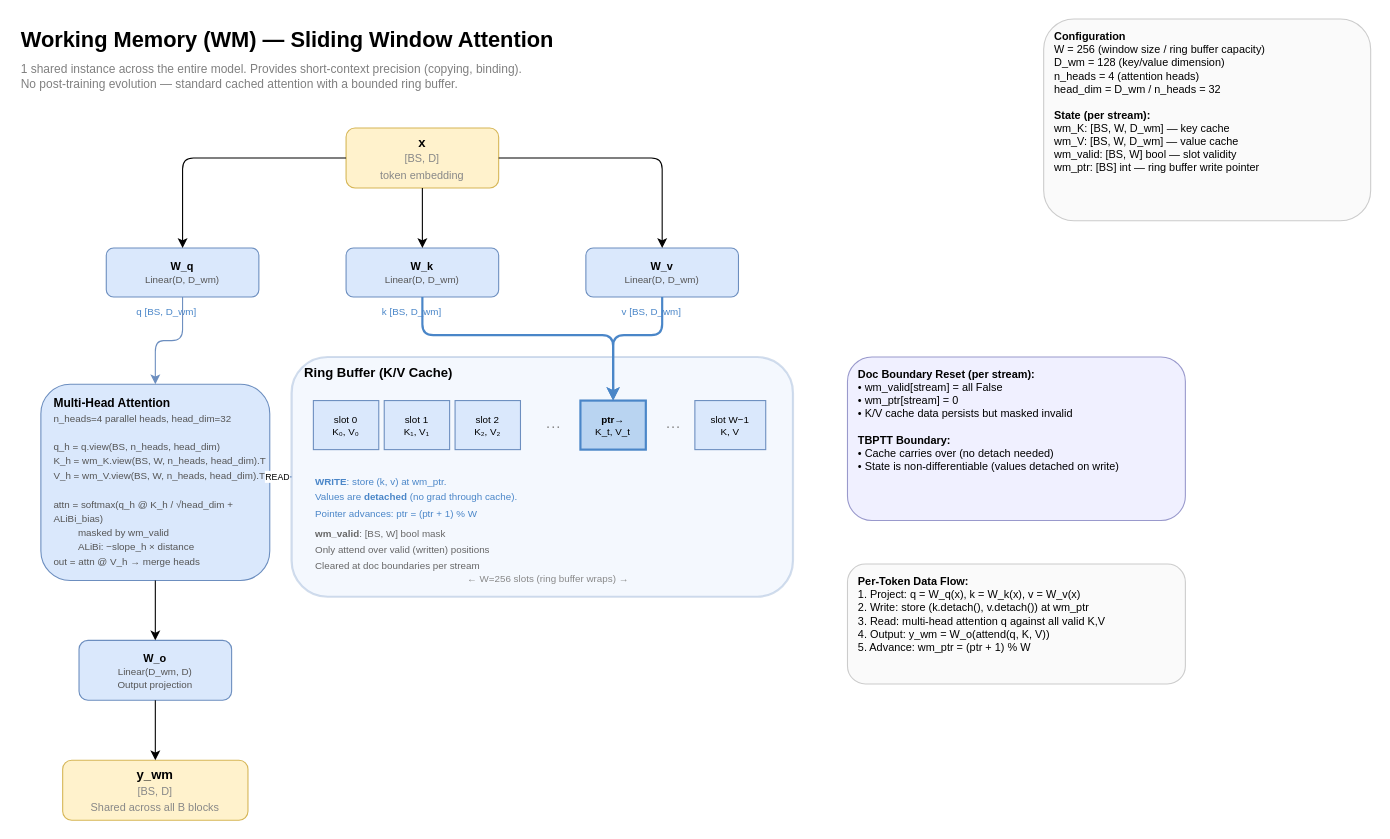
The draw.io diagram docs/diagrams/working_memory.drawio in alxdofficial/neuromorphic, before the edit. Source tidied: cells renumbered, new cells numbered last; positions are measured from the earlier drawing's top-left corner, leaving out a move shared by most shapes. Both pictures are drawn from the tidied source at 109%, with x=0, y=0 at pixel (19, 19).
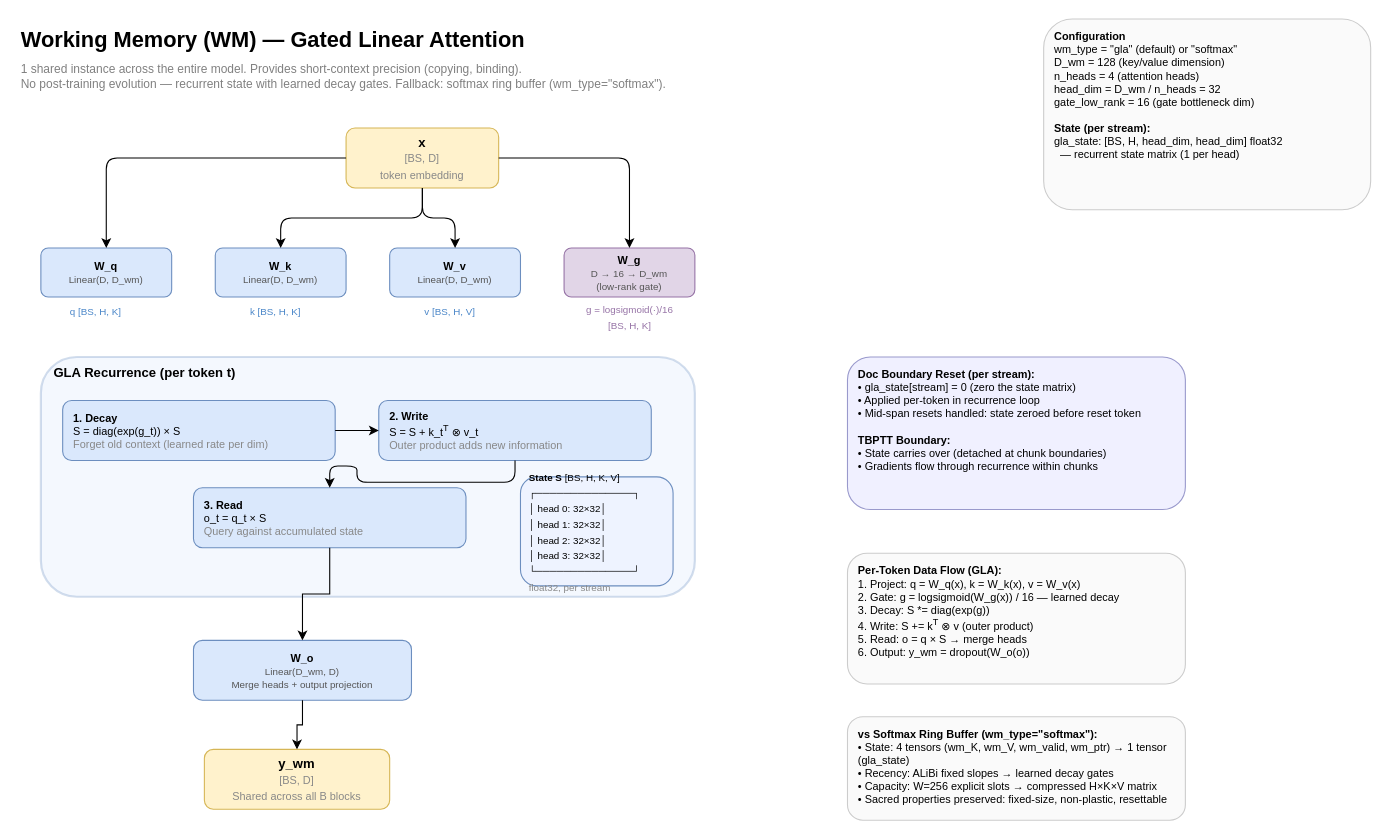
The same diagram, later.

The change refers to these unchanged cells:
```xml
<mxCell id="5" value="&lt;b&gt;x&lt;/b&gt;&lt;br&gt;&lt;font style=&quot;font-size: 10px;&quot; color=&quot;#888&quot;&gt;[BS, D]&lt;br&gt;token embedding&lt;/font&gt;" style="rounded=1;whiteSpace=wrap;html=1;fillColor=#fff2cc;strokeColor=#d6b656;fontSize=12;" parent="1" vertex="1">
  <mxGeometry x="300" y="100" width="140" height="55" as="geometry" />
</mxCell>
```

Diff of the diagram source:
```diff
@@
-    <mxCell id="2" value="&lt;font style=&quot;font-size: 20px;&quot;&gt;&lt;b&gt;Working Memory (WM) — Sliding Window Attention&lt;/b&gt;&lt;/font&gt;" style="text;html=1;align=left;verticalAlign=middle;strokeColor=none;fillColor=none;" parent="1" vertex="1">
+    <mxCell id="2" value="&lt;font style=&quot;font-size: 20px;&quot;&gt;&lt;b&gt;Working Memory (WM) — Gated Linear Attention&lt;/b&gt;&lt;/font&gt;" style="text;html=1;align=left;verticalAlign=middle;strokeColor=none;fillColor=none;" parent="1" vertex="1">
       <mxGeometry width="560" height="35" as="geometry" />
     </mxCell>
-    <mxCell id="3" value="&lt;font color=&quot;#808080&quot; style=&quot;font-size: 11px;&quot;&gt;1 shared instance across the entire model. Provides short-context precision (copying, binding).&lt;br&gt;No post-training evolution — standard cached attention with a bounded ring buffer.&lt;/font&gt;" style="text;html=1;align=left;verticalAlign=top;strokeColor=none;fillColor=none;" parent="1" vertex="1">
-      <mxGeometry y="32" width="600" height="35" as="geometry" />
+    <mxCell id="3" value="&lt;font color=&quot;#808080&quot; style=&quot;font-size: 11px;&quot;&gt;1 shared instance across the entire model. Provides short-context precision (copying, binding).&lt;br&gt;No post-training evolution — recurrent state with learned decay gates. Fallback: softmax ring buffer (wm_type=&amp;quot;softmax&amp;quot;).&lt;/font&gt;" style="text;html=1;align=left;verticalAlign=top;strokeColor=none;fillColor=none;" parent="1" vertex="1">
+      <mxGeometry y="32" width="700" height="35" as="geometry" />
     </mxCell>
-    <mxCell id="4" value="&lt;font style=&quot;font-size: 10px;&quot;&gt;&lt;b&gt;Configuration&lt;/b&gt;&lt;br&gt;W = 256 (window size / ring buffer capacity)&lt;br&gt;D_wm = 128 (key/value dimension)&lt;br&gt;n_heads = 4 (attention heads)&lt;br&gt;head_dim = D_wm / n_heads = 32&lt;br&gt;&lt;br&gt;&lt;b&gt;State (per stream):&lt;/b&gt;&lt;br&gt;wm_K: [BS, W, D_wm] — key cache&lt;br&gt;wm_V: [BS, W, D_wm] — value cache&lt;br&gt;wm_valid: [BS, W] bool — slot validity&lt;br&gt;wm_ptr: [BS] int — ring buffer write pointer&lt;/font&gt;" style="rounded=1;whiteSpace=wrap;html=1;fillColor=#fafafa;strokeColor=#cccccc;fontSize=10;align=left;verticalAlign=top;spacingLeft=8;spacingTop=4;" parent="1" vertex="1">
-      <mxGeometry x="940" width="300" height="185" as="geometry" />
+    <mxCell id="4" value="&lt;font style=&quot;font-size: 10px;&quot;&gt;&lt;b&gt;Configuration&lt;/b&gt;&lt;br&gt;wm_type = &amp;quot;gla&amp;quot; (default) or &amp;quot;softmax&amp;quot;&lt;br&gt;D_wm = 128 (key/value dimension)&lt;br&gt;n_heads = 4 (attention heads)&lt;br&gt;head_dim = D_wm / n_heads = 32&lt;br&gt;gate_low_rank = 16 (gate bottleneck dim)&lt;br&gt;&lt;br&gt;&lt;b&gt;State (per stream):&lt;/b&gt;&lt;br&gt;gla_state: [BS, H, head_dim, head_dim] float32&lt;br&gt;&amp;nbsp;&amp;nbsp;— recurrent state matrix (1 per head)&lt;/font&gt;" style="rounded=1;whiteSpace=wrap;html=1;fillColor=#fafafa;strokeColor=#cccccc;fontSize=10;align=left;verticalAlign=top;spacingLeft=8;spacingTop=4;" parent="1" vertex="1">
+      <mxGeometry x="940" width="300" height="175" as="geometry" />
     </mxCell>
@@
     <mxCell id="6" value="&lt;b&gt;W_q&lt;/b&gt;&lt;br&gt;&lt;font style=&quot;font-size: 9px;&quot; color=&quot;#555&quot;&gt;Linear(D, D_wm)&lt;/font&gt;" style="rounded=1;whiteSpace=wrap;html=1;fillColor=#dae8fc;strokeColor=#6c8ebf;fontSize=10;" parent="1" vertex="1">
-      <mxGeometry x="80" y="210" width="140" height="45" as="geometry" />
+      <mxGeometry x="20" y="210" width="120" height="45" as="geometry" />
     </mxCell>
     <mxCell id="7" value="&lt;b&gt;W_k&lt;/b&gt;&lt;br&gt;&lt;font style=&quot;font-size: 9px;&quot; color=&quot;#555&quot;&gt;Linear(D, D_wm)&lt;/font&gt;" style="rounded=1;whiteSpace=wrap;html=1;fillColor=#dae8fc;strokeColor=#6c8ebf;fontSize=10;" parent="1" vertex="1">
-      <mxGeometry x="300" y="210" width="140" height="45" as="geometry" />
+      <mxGeometry x="180" y="210" width="120" height="45" as="geometry" />
     </mxCell>
     <mxCell id="8" value="&lt;b&gt;W_v&lt;/b&gt;&lt;br&gt;&lt;font style=&quot;font-size: 9px;&quot; color=&quot;#555&quot;&gt;Linear(D, D_wm)&lt;/font&gt;" style="rounded=1;whiteSpace=wrap;html=1;fillColor=#dae8fc;strokeColor=#6c8ebf;fontSize=10;" parent="1" vertex="1">
-      <mxGeometry x="520" y="210" width="140" height="45" as="geometry" />
+      <mxGeometry x="340" y="210" width="120" height="45" as="geometry" />
     </mxCell>
+    <mxCell id="38" value="&lt;b&gt;W_g&lt;/b&gt;&lt;br&gt;&lt;font style=&quot;font-size: 9px;&quot; color=&quot;#555&quot;&gt;D → 16 → D_wm&lt;br&gt;(low-rank gate)&lt;/font&gt;" style="rounded=1;whiteSpace=wrap;html=1;fillColor=#e1d5e7;strokeColor=#9673a6;fontSize=10;" parent="1" vertex="1">
+      <mxGeometry x="500" y="210" width="120" height="45" as="geometry" />
+    </mxCell>
@@
+    <mxCell id="39" style="edgeStyle=orthogonalEdgeStyle;rounded=1;jettySize=auto;html=1;fontSize=9;" parent="1" edge="1" source="5" target="38">
+      <mxGeometry relative="1" as="geometry" />
+    </mxCell>
-    <mxCell id="12" value="&lt;font color=&quot;#4a86c8&quot; style=&quot;font-size: 9px;&quot;&gt;q [BS, D_wm]&lt;/font&gt;" style="text;html=1;align=center;verticalAlign=middle;strokeColor=none;fillColor=none;" parent="1" vertex="1">
-      <mxGeometry x="90" y="260" width="90" height="15" as="geometry" />
+    <mxCell id="12" value="&lt;font color=&quot;#4a86c8&quot; style=&quot;font-size: 9px;&quot;&gt;q [BS, H, K]&lt;/font&gt;" style="text;html=1;align=center;verticalAlign=middle;strokeColor=none;fillColor=none;" parent="1" vertex="1">
+      <mxGeometry x="25" y="260" width="90" height="15" as="geometry" />
     </mxCell>
-    <mxCell id="13" value="&lt;font color=&quot;#4a86c8&quot; style=&quot;font-size: 9px;&quot;&gt;k [BS, D_wm]&lt;/font&gt;" style="text;html=1;align=center;verticalAlign=middle;strokeColor=none;fillColor=none;" parent="1" vertex="1">
-      <mxGeometry x="315" y="260" width="90" height="15" as="geometry" />
+    <mxCell id="13" value="&lt;font color=&quot;#4a86c8&quot; style=&quot;font-size: 9px;&quot;&gt;k [BS, H, K]&lt;/font&gt;" style="text;html=1;align=center;verticalAlign=middle;strokeColor=none;fillColor=none;" parent="1" vertex="1">
+      <mxGeometry x="190" y="260" width="90" height="15" as="geometry" />
     </mxCell>
-    <mxCell id="14" value="&lt;font color=&quot;#4a86c8&quot; style=&quot;font-size: 9px;&quot;&gt;v [BS, D_wm]&lt;/font&gt;" style="text;html=1;align=center;verticalAlign=middle;strokeColor=none;fillColor=none;" parent="1" vertex="1">
-      <mxGeometry x="535" y="260" width="90" height="15" as="geometry" />
+    <mxCell id="14" value="&lt;font color=&quot;#4a86c8&quot; style=&quot;font-size: 9px;&quot;&gt;v [BS, H, V]&lt;/font&gt;" style="text;html=1;align=center;verticalAlign=middle;strokeColor=none;fillColor=none;" parent="1" vertex="1">
+      <mxGeometry x="350" y="260" width="90" height="15" as="geometry" />
     </mxCell>
+    <mxCell id="40" value="&lt;font color=&quot;#9673a6&quot; style=&quot;font-size: 9px;&quot;&gt;g = logsigmoid(·)/16&lt;br&gt;[BS, H, K]&lt;/font&gt;" style="text;html=1;align=center;verticalAlign=middle;strokeColor=none;fillColor=none;" parent="1" vertex="1">
+      <mxGeometry x="495" y="260" width="130" height="25" as="geometry" />
+    </mxCell>
     <mxCell id="15" style="rounded=1;whiteSpace=wrap;html=1;fillColor=#dae8fc;strokeColor=#6c8ebf;strokeWidth=2;verticalAlign=top;opacity=30;" parent="1" vertex="1">
-      <mxGeometry x="250" y="310" width="460" height="220" as="geometry" />
+      <mxGeometry x="20" y="310" width="600" height="220" as="geometry" />
     </mxCell>
-    <mxCell id="16" value="&lt;font style=&quot;font-size: 12px;&quot;&gt;&lt;b&gt;Ring Buffer (K/V Cache)&lt;/b&gt;&lt;/font&gt;" style="text;html=1;align=left;verticalAlign=middle;strokeColor=none;fillColor=none;" parent="1" vertex="1">
-      <mxGeometry x="260" y="315" width="220" height="20" as="geometry" />
+    <mxCell id="16" value="&lt;font style=&quot;font-size: 12px;&quot;&gt;&lt;b&gt;GLA Recurrence (per token t)&lt;/b&gt;&lt;/font&gt;" style="text;html=1;align=left;verticalAlign=middle;strokeColor=none;fillColor=none;" parent="1" vertex="1">
+      <mxGeometry x="30" y="315" width="260" height="20" as="geometry" />
     </mxCell>
-    <mxCell id="17" value="&lt;font style=&quot;font-size: 9px;&quot;&gt;slot 0&lt;br&gt;K₀, V₀&lt;/font&gt;" style="rounded=0;whiteSpace=wrap;html=1;fillColor=#dae8fc;strokeColor=#6c8ebf;fontSize=9;" parent="1" vertex="1">
-      <mxGeometry x="270" y="350" width="60" height="45" as="geometry" />
+    <mxCell id="17" value="&lt;font style=&quot;font-size: 10px;&quot;&gt;&lt;b&gt;1. Decay&lt;/b&gt;&lt;br&gt;S = diag(exp(g_t)) × S&lt;br&gt;&lt;font color=&quot;#888&quot;&gt;Forget old context (learned rate per dim)&lt;/font&gt;&lt;/font&gt;" style="rounded=1;whiteSpace=wrap;html=1;fillColor=#dae8fc;strokeColor=#6c8ebf;fontSize=10;align=left;spacingLeft=8;" parent="1" vertex="1">
+      <mxGeometry x="40" y="350" width="250" height="55" as="geometry" />
     </mxCell>
-    <mxCell id="18" value="&lt;font style=&quot;font-size: 9px;&quot;&gt;slot 1&lt;br&gt;K₁, V₁&lt;/font&gt;" style="rounded=0;whiteSpace=wrap;html=1;fillColor=#dae8fc;strokeColor=#6c8ebf;fontSize=9;" parent="1" vertex="1">
-      <mxGeometry x="335" y="350" width="60" height="45" as="geometry" />
+    <mxCell id="18" value="&lt;font style=&quot;font-size: 10px;&quot;&gt;&lt;b&gt;2. Write&lt;/b&gt;&lt;br&gt;S = S + k_t&lt;sup&gt;T&lt;/sup&gt; ⊗ v_t&lt;br&gt;&lt;font color=&quot;#888&quot;&gt;Outer product adds new information&lt;/font&gt;&lt;/font&gt;" style="rounded=1;whiteSpace=wrap;html=1;fillColor=#dae8fc;strokeColor=#6c8ebf;fontSize=10;align=left;spacingLeft=8;" parent="1" vertex="1">
+      <mxGeometry x="330" y="350" width="250" height="55" as="geometry" />
     </mxCell>
-    <mxCell id="19" value="&lt;font style=&quot;font-size: 9px;&quot;&gt;slot 2&lt;br&gt;K₂, V₂&lt;/font&gt;" style="rounded=0;whiteSpace=wrap;html=1;fillColor=#dae8fc;strokeColor=#6c8ebf;fontSize=9;" parent="1" vertex="1">
-      <mxGeometry x="400" y="350" width="60" height="45" as="geometry" />
+    <mxCell id="19" value="&lt;font style=&quot;font-size: 10px;&quot;&gt;&lt;b&gt;3. Read&lt;/b&gt;&lt;br&gt;o_t = q_t × S&lt;br&gt;&lt;font color=&quot;#888&quot;&gt;Query against accumulated state&lt;/font&gt;&lt;/font&gt;" style="rounded=1;whiteSpace=wrap;html=1;fillColor=#dae8fc;strokeColor=#6c8ebf;fontSize=10;align=left;spacingLeft=8;" parent="1" vertex="1">
+      <mxGeometry x="160" y="430" width="250" height="55" as="geometry" />
     </mxCell>
-    <mxCell id="20" value="&lt;font style=&quot;font-size: 14px;&quot; color=&quot;#888&quot;&gt;···&lt;/font&gt;" style="text;html=1;align=center;verticalAlign=middle;strokeColor=none;fillColor=none;" parent="1" vertex="1">
-      <mxGeometry x="470" y="358" width="40" height="30" as="geometry" />
+    <mxCell id="20" style="edgeStyle=orthogonalEdgeStyle;rounded=1;jettySize=auto;html=1;fontSize=9;" parent="1" edge="1" source="17" target="18">
+      <mxGeometry relative="1" as="geometry" />
     </mxCell>
-    <mxCell id="21" value="&lt;font style=&quot;font-size: 9px;&quot;&gt;&lt;b&gt;ptr→&lt;/b&gt;&lt;br&gt;K_t, V_t&lt;/font&gt;" style="rounded=0;whiteSpace=wrap;html=1;fillColor=#b9d4f1;strokeColor=#4a86c8;fontSize=9;strokeWidth=2;" parent="1" vertex="1">
-      <mxGeometry x="515" y="350" width="60" height="45" as="geometry" />
+    <mxCell id="21" style="edgeStyle=orthogonalEdgeStyle;rounded=1;jettySize=auto;html=1;fontSize=9;" parent="1" edge="1" source="18" target="19">
+      <mxGeometry relative="1" as="geometry" />
     </mxCell>
-    <mxCell id="22" value="&lt;font style=&quot;font-size: 14px;&quot; color=&quot;#888&quot;&gt;···&lt;/font&gt;" style="text;html=1;align=center;verticalAlign=middle;strokeColor=none;fillColor=none;" parent="1" vertex="1">
-      <mxGeometry x="580" y="358" width="40" height="30" as="geometry" />
+    <mxCell id="22" value="&lt;font style=&quot;font-size: 9px;&quot;&gt;&lt;b&gt;State S&lt;/b&gt; [BS, H, K, V]&lt;br&gt;┌──────────────┐&lt;br&gt;│ head 0: 32×32│&lt;br&gt;│ head 1: 32×32│&lt;br&gt;│ head 2: 32×32│&lt;br&gt;│ head 3: 32×32│&lt;br&gt;└──────────────┘&lt;br&gt;&lt;font color=&quot;#888&quot;&gt;float32, per stream&lt;/font&gt;&lt;/font&gt;" style="text;html=1;align=left;verticalAlign=middle;strokeColor=#6c8ebf;fillColor=#eef3ff;rounded=1;spacingLeft=6;" parent="1" vertex="1">
+      <mxGeometry x="460" y="420" width="140" height="100" as="geometry" />
     </mxCell>
-    <mxCell id="23" value="&lt;font style=&quot;font-size: 9px;&quot;&gt;slot W−1&lt;br&gt;K, V&lt;/font&gt;" style="rounded=0;whiteSpace=wrap;html=1;fillColor=#dae8fc;strokeColor=#6c8ebf;fontSize=9;" parent="1" vertex="1">
-      <mxGeometry x="620" y="350" width="65" height="45" as="geometry" />
-    </mxCell>
-    <mxCell id="24" style="edgeStyle=orthogonalEdgeStyle;rounded=1;jettySize=auto;html=1;fontSize=9;strokeColor=#4a86c8;strokeWidth=2;" parent="1" edge="1" source="7" target="21">
-      <mxGeometry relative="1" as="geometry">
-        <Array as="points">
-          <mxPoint x="370" y="290" />
-          <mxPoint x="545" y="290" />
-        </Array>
-      </mxGeometry>
-    </mxCell>
-    <mxCell id="25" style="edgeStyle=orthogonalEdgeStyle;rounded=1;jettySize=auto;html=1;fontSize=9;strokeColor=#4a86c8;strokeWidth=2;" parent="1" edge="1" source="8" target="21">
-      <mxGeometry relative="1" as="geometry">
-        <Array as="points">
-          <mxPoint x="590" y="290" />
-          <mxPoint x="545" y="290" />
-        </Array>
-      </mxGeometry>
-    </mxCell>
-    <mxCell id="26" value="&lt;font style=&quot;font-size: 9px;&quot;&gt;&lt;b&gt;WRITE&lt;/b&gt;: store (k, v) at wm_ptr.&lt;br&gt;Values are &lt;b&gt;detached&lt;/b&gt; (no grad through cache).&lt;br&gt;Pointer advances: ptr = (ptr + 1) % W&lt;/font&gt;" style="text;html=1;align=left;verticalAlign=top;strokeColor=none;fillColor=none;fontColor=#4a86c8;" parent="1" vertex="1">
-      <mxGeometry x="270" y="410" width="260" height="45" as="geometry" />
-    </mxCell>
-    <mxCell id="27" value="&lt;font style=&quot;font-size: 9px;&quot;&gt;&lt;b&gt;wm_valid&lt;/b&gt;: [BS, W] bool mask&lt;br&gt;Only attend over valid (written) positions&lt;br&gt;Cleared at doc boundaries per stream&lt;/font&gt;" style="text;html=1;align=left;verticalAlign=top;strokeColor=none;fillColor=none;fontColor=#666;" parent="1" vertex="1">
-      <mxGeometry x="270" y="458" width="260" height="45" as="geometry" />
-    </mxCell>
-    <mxCell id="28" value="&lt;font style=&quot;font-size: 9px;&quot; color=&quot;#888&quot;&gt;← W=256 slots (ring buffer wraps) →&lt;/font&gt;" style="text;html=1;align=center;verticalAlign=middle;strokeColor=none;fillColor=none;" parent="1" vertex="1">
-      <mxGeometry x="370" y="505" width="230" height="15" as="geometry" />
-    </mxCell>
-    <mxCell id="29" value="&lt;b&gt;Multi-Head Attention&lt;/b&gt;&lt;br&gt;&lt;font style=&quot;font-size: 9px;&quot; color=&quot;#555&quot;&gt;n_heads=4 parallel heads, head_dim=32&lt;br&gt;&lt;br&gt;q_h = q.view(BS, n_heads, head_dim)&lt;br&gt;K_h = wm_K.view(BS, W, n_heads, head_dim).T&lt;br&gt;V_h = wm_V.view(BS, W, n_heads, head_dim).T&lt;br&gt;&lt;br&gt;attn = softmax(q_h @ K_h / √head_dim + ALiBi_bias)&lt;br&gt;&amp;nbsp;&amp;nbsp;&amp;nbsp;&amp;nbsp;&amp;nbsp;&amp;nbsp;&amp;nbsp;&amp;nbsp;&amp;nbsp;masked by wm_valid&lt;br&gt;&amp;nbsp;&amp;nbsp;&amp;nbsp;&amp;nbsp;&amp;nbsp;&amp;nbsp;&amp;nbsp;&amp;nbsp;&amp;nbsp;ALiBi: −slope_h × distance&lt;br&gt;out = attn @ V_h → merge heads&lt;/font&gt;" style="rounded=1;whiteSpace=wrap;html=1;fillColor=#dae8fc;strokeColor=#6c8ebf;fontSize=11;align=left;spacingLeft=10;" parent="1" vertex="1">
-      <mxGeometry x="20" y="335" width="210" height="180" as="geometry" />
-    </mxCell>
-    <mxCell id="30" style="edgeStyle=orthogonalEdgeStyle;rounded=1;jettySize=auto;html=1;fontSize=9;strokeColor=#6c8ebf;" parent="1" edge="1" source="6" target="29">
-      <mxGeometry relative="1" as="geometry" />
-    </mxCell>
-    <mxCell id="31" value="&lt;font style=&quot;font-size: 8px;&quot;&gt;READ&lt;/font&gt;" style="edgeStyle=orthogonalEdgeStyle;rounded=1;jettySize=auto;html=1;fontSize=9;strokeColor=#6c8ebf;dashed=1;" parent="1" edge="1" source="15" target="29">
-      <mxGeometry relative="1" as="geometry" />
-    </mxCell>
-    <mxCell id="32" value="&lt;b&gt;W_o&lt;/b&gt;&lt;br&gt;&lt;font style=&quot;font-size: 9px;&quot; color=&quot;#555&quot;&gt;Linear(D_wm, D)&lt;br&gt;Output projection&lt;/font&gt;" style="rounded=1;whiteSpace=wrap;html=1;fillColor=#dae8fc;strokeColor=#6c8ebf;fontSize=10;" parent="1" vertex="1">
-      <mxGeometry x="55" y="570" width="140" height="55" as="geometry" />
+    <mxCell id="32" value="&lt;b&gt;W_o&lt;/b&gt;&lt;br&gt;&lt;font style=&quot;font-size: 9px;&quot; color=&quot;#555&quot;&gt;Linear(D_wm, D)&lt;br&gt;Merge heads + output projection&lt;/font&gt;" style="rounded=1;whiteSpace=wrap;html=1;fillColor=#dae8fc;strokeColor=#6c8ebf;fontSize=10;" parent="1" vertex="1">
+      <mxGeometry x="160" y="570" width="200" height="55" as="geometry" />
     </mxCell>
-    <mxCell id="33" style="edgeStyle=orthogonalEdgeStyle;rounded=0;jettySize=auto;html=1;fontSize=9;" parent="1" edge="1" source="29" target="32">
+    <mxCell id="33" style="edgeStyle=orthogonalEdgeStyle;rounded=0;jettySize=auto;html=1;fontSize=9;" parent="1" edge="1" source="19" target="32">
       <mxGeometry relative="1" as="geometry" />
     </mxCell>
     <mxCell id="34" value="&lt;b&gt;y_wm&lt;/b&gt;&lt;br&gt;&lt;font style=&quot;font-size: 10px;&quot; color=&quot;#888&quot;&gt;[BS, D]&lt;br&gt;Shared across all B blocks&lt;/font&gt;" style="rounded=1;whiteSpace=wrap;html=1;fillColor=#fff2cc;strokeColor=#d6b656;fontSize=12;" parent="1" vertex="1">
-      <mxGeometry x="40" y="680" width="170" height="55" as="geometry" />
+      <mxGeometry x="170" y="670" width="170" height="55" as="geometry" />
     </mxCell>
@@
-    <mxCell id="36" value="&lt;font style=&quot;font-size: 10px;&quot;&gt;&lt;b&gt;Doc Boundary Reset (per stream):&lt;/b&gt;&lt;br&gt;• wm_valid[stream] = all False&lt;br&gt;• wm_ptr[stream] = 0&lt;br&gt;• K/V cache data persists but masked invalid&lt;br&gt;&lt;br&gt;&lt;b&gt;TBPTT Boundary:&lt;/b&gt;&lt;br&gt;• Cache carries over (no detach needed)&lt;br&gt;• State is non-differentiable (values detached on write)&lt;/font&gt;" style="rounded=1;whiteSpace=wrap;html=1;fillColor=#f0f0ff;strokeColor=#9999cc;fontSize=10;align=left;verticalAlign=top;spacingLeft=8;spacingTop=4;" parent="1" vertex="1">
-      <mxGeometry x="760" y="310" width="310" height="150" as="geometry" />
+    <mxCell id="36" value="&lt;font style=&quot;font-size: 10px;&quot;&gt;&lt;b&gt;Doc Boundary Reset (per stream):&lt;/b&gt;&lt;br&gt;• gla_state[stream] = 0 (zero the state matrix)&lt;br&gt;• Applied per-token in recurrence loop&lt;br&gt;• Mid-span resets handled: state zeroed before reset token&lt;br&gt;&lt;br&gt;&lt;b&gt;TBPTT Boundary:&lt;/b&gt;&lt;br&gt;• State carries over (detached at chunk boundaries)&lt;br&gt;• Gradients flow through recurrence within chunks&lt;/font&gt;" style="rounded=1;whiteSpace=wrap;html=1;fillColor=#f0f0ff;strokeColor=#9999cc;fontSize=10;align=left;verticalAlign=top;spacingLeft=8;spacingTop=4;" parent="1" vertex="1">
+      <mxGeometry x="760" y="310" width="310" height="140" as="geometry" />
     </mxCell>
-    <mxCell id="37" value="&lt;font style=&quot;font-size: 10px;&quot;&gt;&lt;b&gt;Per-Token Data Flow:&lt;/b&gt;&lt;br&gt;1. Project: q = W_q(x), k = W_k(x), v = W_v(x)&lt;br&gt;2. Write: store (k.detach(), v.detach()) at wm_ptr&lt;br&gt;3. Read: multi-head attention q against all valid K,V&lt;br&gt;4. Output: y_wm = W_o(attend(q, K, V))&lt;br&gt;5. Advance: wm_ptr = (ptr + 1) % W&lt;/font&gt;" style="rounded=1;whiteSpace=wrap;html=1;fillColor=#fafafa;strokeColor=#cccccc;fontSize=10;align=left;verticalAlign=top;spacingLeft=8;spacingTop=4;" parent="1" vertex="1">
-      <mxGeometry x="760" y="500" width="310" height="110" as="geometry" />
+    <mxCell id="37" value="&lt;font style=&quot;font-size: 10px;&quot;&gt;&lt;b&gt;Per-Token Data Flow (GLA):&lt;/b&gt;&lt;br&gt;1. Project: q = W_q(x), k = W_k(x), v = W_v(x)&lt;br&gt;2. Gate: g = logsigmoid(W_g(x)) / 16  — learned decay&lt;br&gt;3. Decay: S *= diag(exp(g))&lt;br&gt;4. Write: S += k&lt;sup&gt;T&lt;/sup&gt; ⊗ v  (outer product)&lt;br&gt;5. Read: o = q × S  → merge heads&lt;br&gt;6. Output: y_wm = dropout(W_o(o))&lt;/font&gt;" style="rounded=1;whiteSpace=wrap;html=1;fillColor=#fafafa;strokeColor=#cccccc;fontSize=10;align=left;verticalAlign=top;spacingLeft=8;spacingTop=4;" parent="1" vertex="1">
+      <mxGeometry x="760" y="490" width="310" height="120" as="geometry" />
     </mxCell>
+    <mxCell id="41" value="&lt;font style=&quot;font-size: 10px;&quot;&gt;&lt;b&gt;vs Softmax Ring Buffer (wm_type=&amp;quot;softmax&amp;quot;):&lt;/b&gt;&lt;br&gt;• State: 4 tensors (wm_K, wm_V, wm_valid, wm_ptr) → 1 tensor (gla_state)&lt;br&gt;• Recency: ALiBi fixed slopes → learned decay gates&lt;br&gt;• Capacity: W=256 explicit slots → compressed H×K×V matrix&lt;br&gt;• Sacred properties preserved: fixed-size, non-plastic, resettable&lt;/font&gt;" style="rounded=1;whiteSpace=wrap;html=1;fillColor=#fafafa;strokeColor=#cccccc;fontSize=10;align=left;verticalAlign=top;spacingLeft=8;spacingTop=4;" parent="1" vertex="1">
+      <mxGeometry x="760" y="640" width="310" height="95" as="geometry" />
+    </mxCell>
```
